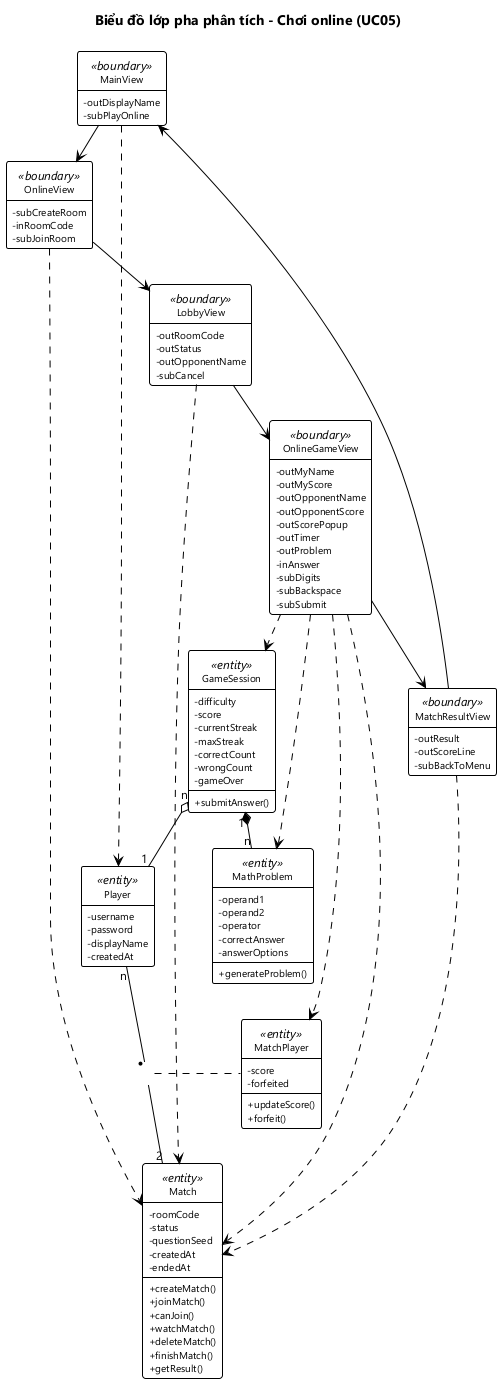
Earlier version of the PlantUML export docs/hung/lop-phan-tich-uc05.png (HungNguyenBa1811/math-dash).
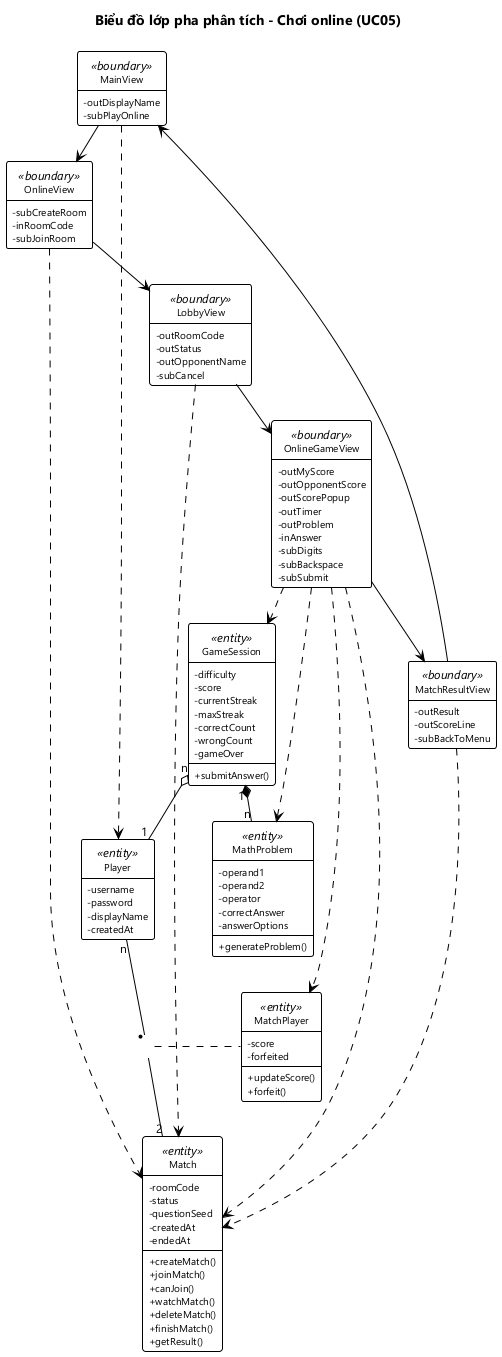
After the commit.

Diff of the diagram source:
```diff
@@ -18,9 +18,7 @@
   - subCancel
 }
 class OnlineGameView <<boundary>> {
-  - outMyName
   - outMyScore
-  - outOpponentName
   - outOpponentScore
   - outScorePopup
   - outTimer
```
